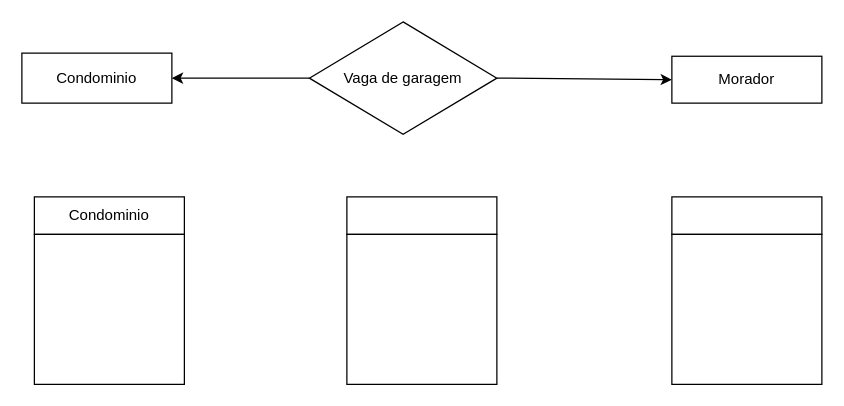
Above: Atividade final UC2/Diagrama Modelagem de dados/Diagrama condominiovaga.drawio in geangela07/Atividades (draw.io), before the change. Source tidied: cells renumbered, new cells numbered last; positions are measured from the earlier drawing's top-left corner, leaving out a move shared by most shapes. Both pictures are drawn from the tidied source at 125%, with x=0, y=0 at pixel (21, 21).
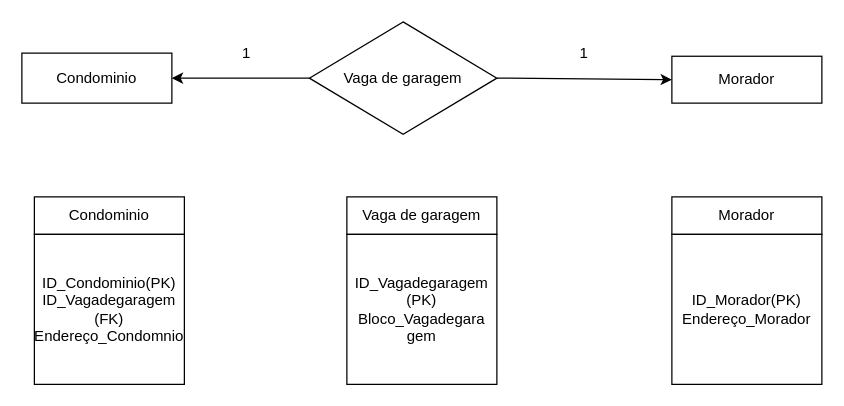
The same diagram, later.

Change to the diagram source:
```diff
@@
 <mxGraphModel>
   <root>
     <mxCell id="0" />
     <mxCell id="1" parent="0" />
     <mxCell id="2" value="Condominio" style="rounded=0;whiteSpace=wrap;html=1;" parent="1" vertex="1">
       <mxGeometry y="25" width="120" height="40" as="geometry" />
     </mxCell>
     <mxCell id="3" value="Vaga de garagem" style="rhombus;whiteSpace=wrap;html=1;" parent="1" vertex="1">
       <mxGeometry x="230" width="150" height="90" as="geometry" />
     </mxCell>
     <mxCell id="4" value="Morador" style="rounded=0;whiteSpace=wrap;html=1;" parent="1" vertex="1">
       <mxGeometry x="520" y="27.5" width="120" height="37.5" as="geometry" />
     </mxCell>
     <mxCell id="5" style="endArrow=classic;html=1;rounded=0;exitX=0;exitY=0.5;exitDx=0;exitDy=0;entryX=1;entryY=0.5;entryDx=0;entryDy=0;" parent="1" edge="1" source="3" target="2">
       <mxGeometry relative="1" as="geometry" />
     </mxCell>
     <mxCell id="6" style="endArrow=classic;html=1;rounded=0;exitX=1;exitY=0.5;exitDx=0;exitDy=0;entryX=0;entryY=0.5;entryDx=0;entryDy=0;" parent="1" edge="1" source="3" target="4">
       <mxGeometry relative="1" as="geometry" />
     </mxCell>
     <mxCell id="7" value="Condominio" style="rounded=0;whiteSpace=wrap;html=1;" parent="1" vertex="1">
       <mxGeometry x="10" y="140" width="120" height="30" as="geometry" />
     </mxCell>
-    <mxCell id="8" style="whiteSpace=wrap;html=1;" parent="1" vertex="1">
+    <mxCell id="8" value="ID_Condominio(PK)&lt;br&gt;ID_Vagadegaragem&lt;br&gt;(FK)&lt;br&gt;Endereço_Condomnio" style="whiteSpace=wrap;html=1;" parent="1" vertex="1">
       <mxGeometry x="10" y="170" width="120" height="120" as="geometry" />
     </mxCell>
-    <mxCell id="9" style="rounded=0;whiteSpace=wrap;html=1;" parent="1" vertex="1">
+    <mxCell id="9" value="Vaga de garagem" style="rounded=0;whiteSpace=wrap;html=1;" parent="1" vertex="1">
       <mxGeometry x="260" y="140" width="120" height="30" as="geometry" />
     </mxCell>
-    <mxCell id="10" style="whiteSpace=wrap;html=1;" parent="1" vertex="1">
+    <mxCell id="10" value="ID_Vagadegaragem&lt;br&gt;(PK)&lt;br&gt;Bloco_Vagadegara&lt;br&gt;gem&lt;br&gt;" style="whiteSpace=wrap;html=1;" parent="1" vertex="1">
       <mxGeometry x="260" y="170" width="120" height="120" as="geometry" />
     </mxCell>
-    <mxCell id="11" style="rounded=0;whiteSpace=wrap;html=1;" parent="1" vertex="1">
+    <mxCell id="11" value="Morador" style="rounded=0;whiteSpace=wrap;html=1;" parent="1" vertex="1">
       <mxGeometry x="520" y="140" width="120" height="30" as="geometry" />
     </mxCell>
-    <mxCell id="12" style="whiteSpace=wrap;html=1;" parent="1" vertex="1">
+    <mxCell id="12" value="ID_Morador(PK)&lt;br&gt;Endereço_Morador" style="whiteSpace=wrap;html=1;" parent="1" vertex="1">
       <mxGeometry x="520" y="170" width="120" height="120" as="geometry" />
     </mxCell>
+    <mxCell id="13" value="1" style="text;html=1;strokeColor=none;fillColor=none;align=center;verticalAlign=middle;whiteSpace=wrap;rounded=0;" parent="1" vertex="1">
+      <mxGeometry x="150" y="10" width="60" height="30" as="geometry" />
+    </mxCell>
+    <mxCell id="14" value="1" style="text;html=1;strokeColor=none;fillColor=none;align=center;verticalAlign=middle;whiteSpace=wrap;rounded=0;" parent="1" vertex="1">
+      <mxGeometry x="420" y="10" width="60" height="30" as="geometry" />
+    </mxCell>
   </root>
 </mxGraphModel>
```
